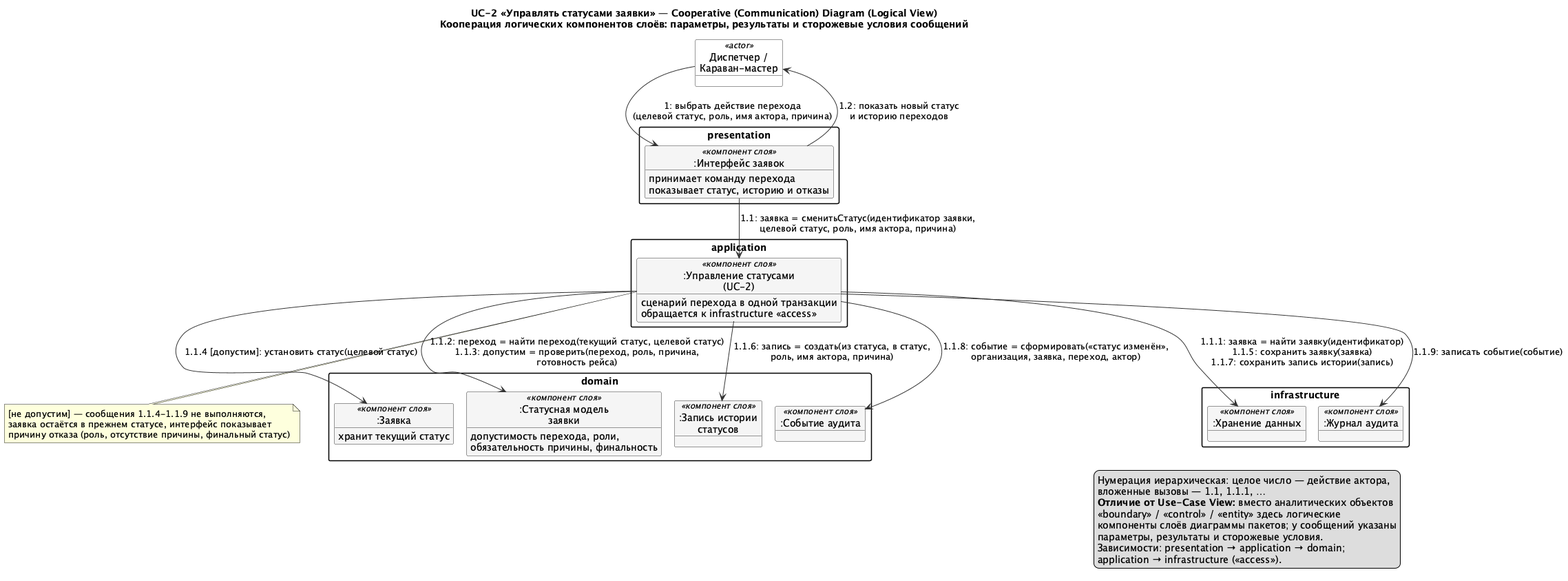
The PlantUML diagram docs/diagrams/out/COL_UC2_LogicalView.png in granikartem/MPI, before a commit.
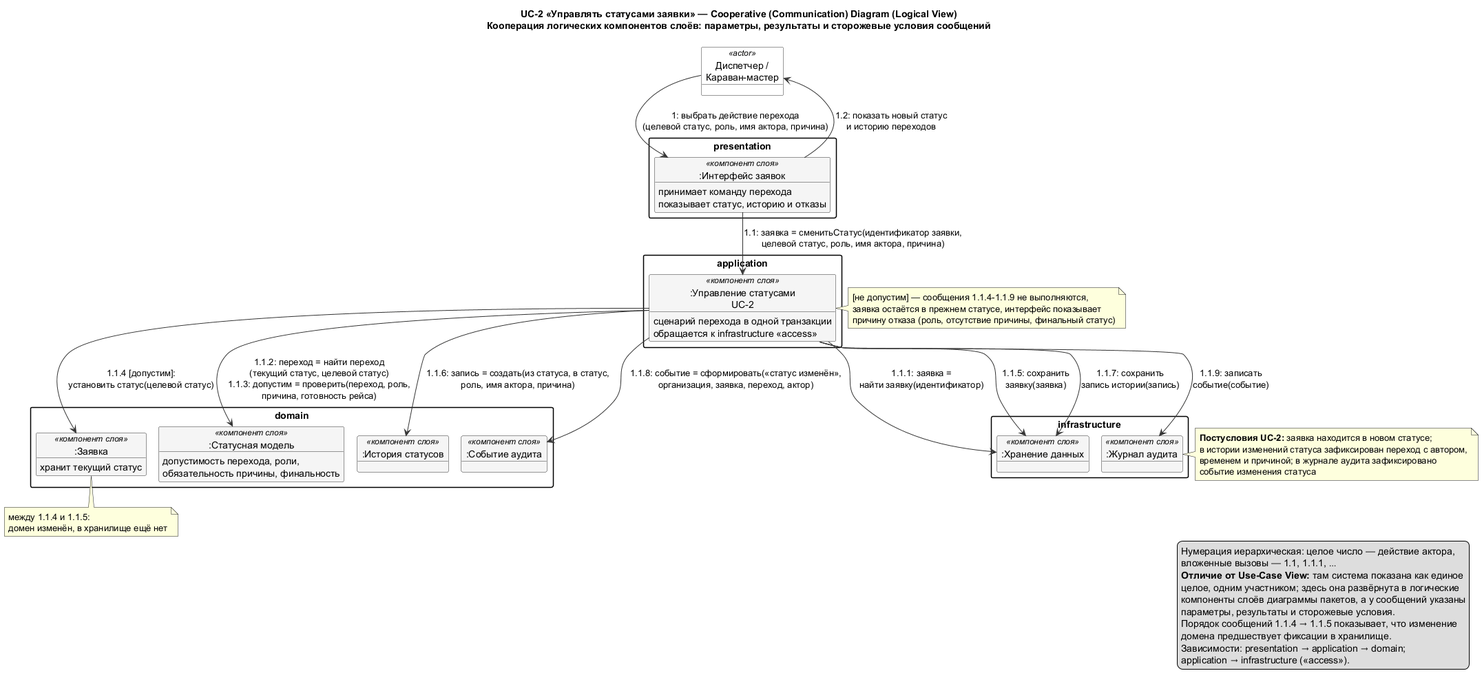
The same file after the commit.

The edit, as a diff of the source:
```diff
@@ -17,7 +17,7 @@
 }
 
 package "application" {
-  object ":Управление статусами\n(UC-2)" as APP <<компонент слоя>>
+  object ":Управление статусами\nUC-2" as APP <<компонент слоя>>
   APP : сценарий перехода в одной транзакции
   APP : обращается к infrastructure <<access>>
 }
@@ -26,10 +26,10 @@
   object ":Заявка" as REQ <<компонент слоя>>
   REQ : хранит текущий статус
 
-  object ":Статусная модель\nзаявки" as SM <<компонент слоя>>
+  object ":Статусная модель" as SM <<компонент слоя>>
   SM : допустимость перехода, роли,\nобязательность причины, финальность
 
-  object ":Запись истории\nстатусов" as HIST <<компонент слоя>>
+  object ":История статусов" as HIST <<компонент слоя>>
   object ":Событие аудита" as EVT <<компонент слоя>>
 }
 
@@ -40,27 +40,44 @@
 
 U --> PRES : 1: выбрать действие перехода\n(целевой статус, роль, имя актора, причина)
 PRES --> APP : 1.1: заявка = сменитьСтатус(идентификатор заявки,\nцелевой статус, роль, имя актора, причина)
-APP --> STORE : 1.1.1: заявка = найти заявку(идентификатор)\n1.1.5: сохранить заявку(заявка)\n1.1.7: сохранить запись истории(запись)
-APP --> SM : 1.1.2: переход = найти переход(текущий статус, целевой статус)\n1.1.3: допустим = проверить(переход, роль, причина,\nготовность рейса)
-APP --> REQ : 1.1.4 [допустим]: установить статус(целевой статус)
+APP --> STORE : 1.1.1: заявка =\nнайти заявку(идентификатор)
+APP --> SM : 1.1.2: переход = найти переход\n(текущий статус, целевой статус)\n1.1.3: допустим = проверить(переход, роль,\nпричина, готовность рейса)
+APP --> REQ : 1.1.4 [допустим]:\nустановить статус(целевой статус)
+APP --> STORE : 1.1.5: сохранить\nзаявку(заявка)
 APP --> HIST : 1.1.6: запись = создать(из статуса, в статус,\nроль, имя актора, причина)
+APP --> STORE : 1.1.7: сохранить\nзапись истории(запись)
 APP --> EVT : 1.1.8: событие = сформировать(«статус изменён»,\nорганизация, заявка, переход, актор)
-APP --> AUDIT : 1.1.9: записать событие(событие)
+APP --> AUDIT : 1.1.9: записать\nсобытие(событие)
 PRES --> U : 1.2: показать новый статус\nи историю переходов
 
-note bottom of APP
+note as N_ORDER
+  между 1.1.4 и 1.1.5:
+  домен изменён, в хранилище ещё нет
+end note
+REQ .. N_ORDER
+
+note right of APP
   [не допустим] — сообщения 1.1.4-1.1.9 не выполняются,
   заявка остаётся в прежнем статусе, интерфейс показывает
   причину отказа (роль, отсутствие причины, финальный статус)
 end note
 
+note right of AUDIT
+  **Постусловия UC-2:** заявка находится в новом статусе;
+  в истории изменений статуса зафиксирован переход с автором,
+  временем и причиной; в журнале аудита зафиксировано
+  событие изменения статуса
+end note
+
 legend right
   Нумерация иерархическая: целое число — действие актора,
   вложенные вызовы — 1.1, 1.1.1, …
-  **Отличие от Use-Case View:** вместо аналитических объектов
-  <<boundary>> / <<control>> / <<entity>> здесь логические
-  компоненты слоёв диаграммы пакетов; у сообщений указаны
+  **Отличие от Use-Case View:** там система показана как единое
+  целое, одним участником; здесь она развёрнута в логические
+  компоненты слоёв диаграммы пакетов, а у сообщений указаны
   параметры, результаты и сторожевые условия.
+  Порядок сообщений 1.1.4 → 1.1.5 показывает, что изменение
+  домена предшествует фиксации в хранилище.
   Зависимости: presentation → application → domain;
   application → infrastructure (<<access>>).
 endlegend
```
